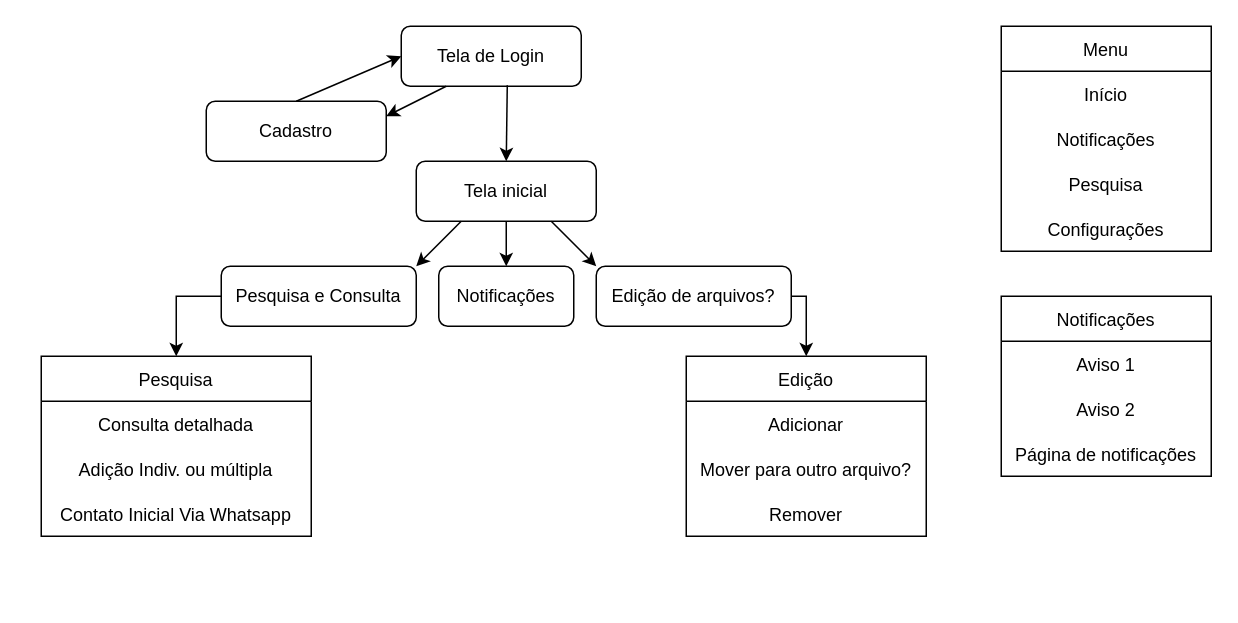
Above: Diagrama sem nome.drawio in Feliphe-Blatt/primeiro-site (draw.io), before the change. Source tidied: cells renumbered, new cells numbered last; positions are measured from the earlier drawing's top-left corner, leaving out a move shared by most shapes. Both pictures are drawn from the tidied source at 150%, with x=0, y=0 at pixel (40, 26).
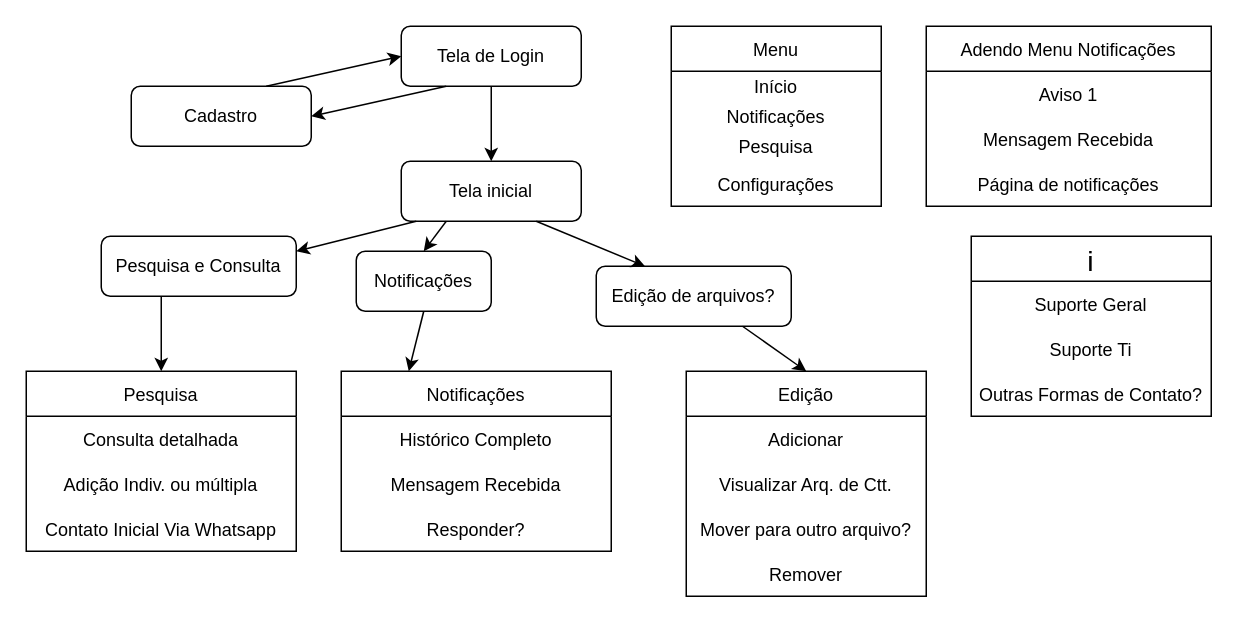
The same diagram, later.

The change refers to these unchanged cells:
```xml
<mxCell id="2" value="Tela de Login" style="rounded=1;whiteSpace=wrap;html=1;fontSize=12;glass=0;strokeWidth=1;shadow=0;" parent="1" vertex="1">
  <mxGeometry x="240" width="120" height="40" as="geometry" />
</mxCell>
<mxCell id="15" value="Edição de arquivos?" style="rounded=1;whiteSpace=wrap;html=1;fontSize=12;glass=0;strokeWidth=1;shadow=0;" parent="1" vertex="1">
  <mxGeometry x="370" y="160" width="130" height="40" as="geometry" />
</mxCell>
```

Diff of the diagram source:
```diff
@@
-    <mxCell id="3" style="endArrow=classic;html=1;rounded=0;exitX=0.25;exitY=1;exitDx=0;exitDy=0;entryX=1;entryY=0.25;entryDx=0;entryDy=0;" parent="1" edge="1" source="2" target="5">
+    <mxCell id="3" style="endArrow=classic;html=1;rounded=0;exitX=0.25;exitY=1;exitDx=0;exitDy=0;entryX=1;entryY=0.5;entryDx=0;entryDy=0;" parent="1" edge="1" source="2" target="5">
       <mxGeometry relative="1" as="geometry" />
     </mxCell>
-    <mxCell id="4" style="endArrow=classic;html=1;rounded=0;exitX=0.589;exitY=0.982;exitDx=0;exitDy=0;entryX=0.5;entryY=0;entryDx=0;entryDy=0;exitPerimeter=0;" parent="1" edge="1" source="2" target="7">
+    <mxCell id="4" style="endArrow=classic;html=1;rounded=0;exitX=0.5;exitY=1;exitDx=0;exitDy=0;entryX=0.5;entryY=0;entryDx=0;entryDy=0;" parent="1" edge="1" source="2" target="7">
       <mxGeometry relative="1" as="geometry" />
     </mxCell>
     <mxCell id="5" value="Cadastro" style="rounded=1;whiteSpace=wrap;html=1;fontSize=12;glass=0;strokeWidth=1;shadow=0;" parent="1" vertex="1">
-      <mxGeometry x="110" y="50" width="120" height="40" as="geometry" />
+      <mxGeometry x="60" y="40" width="120" height="40" as="geometry" />
     </mxCell>
-    <mxCell id="6" style="endArrow=classic;html=1;rounded=0;entryX=0;entryY=0.5;entryDx=0;entryDy=0;exitX=0.5;exitY=0;exitDx=0;exitDy=0;" parent="1" edge="1" source="5" target="2">
+    <mxCell id="6" style="endArrow=classic;html=1;rounded=0;entryX=0;entryY=0.5;entryDx=0;entryDy=0;exitX=0.75;exitY=0;exitDx=0;exitDy=0;" parent="1" edge="1" source="5" target="2">
       <mxGeometry relative="1" as="geometry" />
     </mxCell>
     <mxCell id="7" value="Tela inicial" style="rounded=1;whiteSpace=wrap;html=1;fontSize=12;glass=0;strokeWidth=1;shadow=0;" parent="1" vertex="1">
-      <mxGeometry x="250" y="90" width="120" height="40" as="geometry" />
+      <mxGeometry x="240" y="90" width="120" height="40" as="geometry" />
     </mxCell>
     <mxCell id="8" value="Menu" style="swimlane;fontStyle=0;horizontal=1;startSize=30;" parent="1" vertex="1">
-      <mxGeometry x="640" width="140" height="150" as="geometry" />
+      <mxGeometry x="420" width="140" height="120" as="geometry" />
     </mxCell>
     <mxCell id="9" value="Início" style="text;strokeColor=none;fillColor=none;align=center;verticalAlign=middle;spacingLeft=4;spacingRight=4;overflow=hidden;" parent="8" vertex="1">
-      <mxGeometry y="30" width="140" height="30" as="geometry" />
+      <mxGeometry y="30" width="140" height="20" as="geometry" />
     </mxCell>
     <mxCell id="10" value="Notificações" style="text;strokeColor=none;fillColor=none;align=center;verticalAlign=middle;spacingLeft=4;spacingRight=4;overflow=hidden;" parent="8" vertex="1">
-      <mxGeometry y="60" width="140" height="30" as="geometry" />
+      <mxGeometry y="50" width="140" height="20" as="geometry" />
     </mxCell>
     <mxCell id="11" value="Pesquisa" style="text;strokeColor=none;fillColor=none;align=center;verticalAlign=middle;spacingLeft=4;spacingRight=4;overflow=hidden;" parent="8" vertex="1">
-      <mxGeometry y="90" width="140" height="30" as="geometry" />
+      <mxGeometry y="70" width="140" height="20" as="geometry" />
     </mxCell>
     <mxCell id="12" value="Configurações" style="text;strokeColor=none;fillColor=none;align=center;verticalAlign=middle;spacingLeft=4;spacingRight=4;overflow=hidden;" parent="8" vertex="1">
-      <mxGeometry y="120" width="140" height="30" as="geometry" />
+      <mxGeometry y="90" width="140" height="30" as="geometry" />
     </mxCell>
     <mxCell id="13" value="Pesquisa e Consulta" style="rounded=1;whiteSpace=wrap;html=1;fontSize=12;glass=0;strokeWidth=1;shadow=0;" parent="1" vertex="1">
-      <mxGeometry x="120" y="160" width="130" height="40" as="geometry" />
+      <mxGeometry x="40" y="140" width="130" height="40" as="geometry" />
     </mxCell>
     <mxCell id="14" value="Notificações" style="rounded=1;whiteSpace=wrap;html=1;fontSize=12;glass=0;strokeWidth=1;shadow=0;" parent="1" vertex="1">
-      <mxGeometry x="265" y="160" width="90" height="40" as="geometry" />
+      <mxGeometry x="210" y="150" width="90" height="40" as="geometry" />
     </mxCell>
@@
-    <mxCell id="16" style="endArrow=classic;html=1;rounded=0;exitX=0.25;exitY=1;exitDx=0;exitDy=0;entryX=1;entryY=0;entryDx=0;entryDy=0;" parent="1" edge="1" source="7" target="13">
-      <mxGeometry relative="1" as="geometry" />
+    <mxCell id="16" style="endArrow=classic;html=1;rounded=0;entryX=1;entryY=0.25;entryDx=0;entryDy=0;" parent="1" edge="1" target="13">
+      <mxGeometry relative="1" as="geometry">
+        <mxPoint x="250" y="130" as="sourcePoint" />
+      </mxGeometry>
     </mxCell>
-    <mxCell id="17" style="endArrow=classic;html=1;rounded=0;exitX=0.5;exitY=1;exitDx=0;exitDy=0;entryX=0.5;entryY=0;entryDx=0;entryDy=0;" parent="1" edge="1" source="7" target="14">
+    <mxCell id="17" style="endArrow=classic;html=1;rounded=0;exitX=0.25;exitY=1;exitDx=0;exitDy=0;entryX=0.5;entryY=0;entryDx=0;entryDy=0;" parent="1" edge="1" source="7" target="14">
       <mxGeometry relative="1" as="geometry" />
     </mxCell>
-    <mxCell id="18" style="endArrow=classic;html=1;rounded=0;exitX=0.75;exitY=1;exitDx=0;exitDy=0;entryX=0;entryY=0;entryDx=0;entryDy=0;" parent="1" edge="1" source="7" target="15">
+    <mxCell id="18" style="endArrow=classic;html=1;rounded=0;exitX=0.75;exitY=1;exitDx=0;exitDy=0;entryX=0.25;entryY=0;entryDx=0;entryDy=0;" parent="1" edge="1" source="7" target="15">
       <mxGeometry relative="1" as="geometry" />
     </mxCell>
-    <mxCell id="19" value="Notificações" style="swimlane;fontStyle=0;horizontal=1;startSize=30;" parent="1" vertex="1">
-      <mxGeometry x="640" y="180" width="140" height="120" as="geometry" />
+    <mxCell id="19" value="Adendo Menu Notificações" style="swimlane;fontStyle=0;horizontal=1;startSize=30;" parent="1" vertex="1">
+      <mxGeometry x="590" width="190" height="120" as="geometry" />
     </mxCell>
     <mxCell id="20" value="Aviso 1" style="text;strokeColor=none;fillColor=none;align=center;verticalAlign=middle;spacingLeft=4;spacingRight=4;overflow=hidden;" parent="19" vertex="1">
-      <mxGeometry y="30" width="140" height="30" as="geometry" />
+      <mxGeometry y="30" width="190" height="30" as="geometry" />
     </mxCell>
-    <mxCell id="21" value="Aviso 2" style="text;strokeColor=none;fillColor=none;align=center;verticalAlign=middle;spacingLeft=4;spacingRight=4;overflow=hidden;" parent="19" vertex="1">
-      <mxGeometry y="60" width="140" height="30" as="geometry" />
+    <mxCell id="21" value="Mensagem Recebida" style="text;strokeColor=none;fillColor=none;align=center;verticalAlign=middle;spacingLeft=4;spacingRight=4;overflow=hidden;" parent="19" vertex="1">
+      <mxGeometry y="60" width="190" height="30" as="geometry" />
     </mxCell>
     <mxCell id="22" value="Página de notificações" style="text;strokeColor=none;fillColor=none;align=center;verticalAlign=middle;spacingLeft=4;spacingRight=4;overflow=hidden;" parent="19" vertex="1">
-      <mxGeometry y="90" width="140" height="30" as="geometry" />
+      <mxGeometry y="90" width="190" height="30" as="geometry" />
     </mxCell>
     <mxCell id="23" value="Edição" style="swimlane;fontStyle=0;horizontal=1;startSize=30;" parent="1" vertex="1">
-      <mxGeometry x="430" y="220" width="160" height="120" as="geometry" />
+      <mxGeometry x="430" y="230" width="160" height="150" as="geometry" />
     </mxCell>
@@
-    <mxCell id="25" value="Mover para outro arquivo?" style="text;strokeColor=none;fillColor=none;align=center;verticalAlign=middle;spacingLeft=4;spacingRight=4;overflow=hidden;" parent="23" vertex="1">
+    <mxCell id="25" value="Visualizar Arq. de Ctt." style="text;strokeColor=none;fillColor=none;align=center;verticalAlign=middle;spacingLeft=4;spacingRight=4;overflow=hidden;" parent="23" vertex="1">
       <mxGeometry y="60" width="160" height="30" as="geometry" />
     </mxCell>
+    <mxCell id="33" value="Mover para outro arquivo?" style="text;strokeColor=none;fillColor=none;align=center;verticalAlign=middle;spacingLeft=4;spacingRight=4;overflow=hidden;" parent="23" vertex="1">
+      <mxGeometry y="90" width="160" height="30" as="geometry" />
+    </mxCell>
     <mxCell id="26" value="Remover" style="text;strokeColor=none;fillColor=none;align=center;verticalAlign=middle;spacingLeft=4;spacingRight=4;overflow=hidden;" parent="23" vertex="1">
-      <mxGeometry y="90" width="160" height="30" as="geometry" />
+      <mxGeometry y="120" width="160" height="30" as="geometry" />
     </mxCell>
-    <mxCell id="27" style="endArrow=classic;html=1;rounded=0;exitX=1;exitY=0.5;exitDx=0;exitDy=0;entryX=0.5;entryY=0;entryDx=0;entryDy=0;" parent="1" edge="1" source="15" target="23">
-      <mxGeometry relative="1" as="geometry">
-        <Array as="points">
-          <mxPoint x="510" y="180" />
-        </Array>
-      </mxGeometry>
-    </mxCell>
     <mxCell id="28" value="Pesquisa" style="swimlane;fontStyle=0;horizontal=1;startSize=30;" parent="1" vertex="1">
-      <mxGeometry y="220" width="180" height="120" as="geometry" />
+      <mxGeometry x="-10" y="230" width="180" height="120" as="geometry" />
     </mxCell>
@@
-    <mxCell id="32" style="endArrow=classic;html=1;rounded=0;exitX=0;exitY=0.5;exitDx=0;exitDy=0;entryX=0.5;entryY=0;entryDx=0;entryDy=0;" parent="1" edge="1" source="13" target="28">
+    <mxCell id="32" style="endArrow=classic;html=1;rounded=0;entryX=0.5;entryY=0;entryDx=0;entryDy=0;" parent="1" edge="1" target="28">
       <mxGeometry relative="1" as="geometry">
-        <Array as="points">
-          <mxPoint x="90" y="180" />
-        </Array>
+        <mxPoint x="80" y="180" as="sourcePoint" />
       </mxGeometry>
     </mxCell>
+    <mxCell id="34" value="Notificações" style="swimlane;fontStyle=0;horizontal=1;startSize=30;" parent="1" vertex="1">
+      <mxGeometry x="200" y="230" width="180" height="120" as="geometry" />
+    </mxCell>
+    <mxCell id="35" value="Histórico Completo" style="text;strokeColor=none;fillColor=none;align=center;verticalAlign=middle;spacingLeft=4;spacingRight=4;overflow=hidden;" parent="34" vertex="1">
+      <mxGeometry y="30" width="180" height="30" as="geometry" />
+    </mxCell>
+    <mxCell id="36" value="Mensagem Recebida" style="text;strokeColor=none;fillColor=none;align=center;verticalAlign=middle;spacingLeft=4;spacingRight=4;overflow=hidden;" parent="34" vertex="1">
+      <mxGeometry y="60" width="180" height="30" as="geometry" />
+    </mxCell>
+    <mxCell id="37" value="Responder?" style="text;strokeColor=none;fillColor=none;align=center;verticalAlign=middle;spacingLeft=4;spacingRight=4;overflow=hidden;" parent="34" vertex="1">
+      <mxGeometry y="90" width="180" height="30" as="geometry" />
+    </mxCell>
+    <mxCell id="38" style="endArrow=classic;html=1;rounded=0;exitX=0.5;exitY=1;exitDx=0;exitDy=0;entryX=0.25;entryY=0;entryDx=0;entryDy=0;" parent="1" edge="1" source="14" target="34">
+      <mxGeometry relative="1" as="geometry" />
+    </mxCell>
+    <mxCell id="27" style="endArrow=classic;html=1;rounded=0;entryX=0.5;entryY=0;entryDx=0;entryDy=0;exitX=0.75;exitY=1;exitDx=0;exitDy=0;" parent="1" edge="1" source="15" target="23">
+      <mxGeometry relative="1" as="geometry" />
+    </mxCell>
+    <mxCell id="39" value="i" style="swimlane;fontStyle=0;horizontal=1;startSize=30;fontSize=19;" parent="1" vertex="1">
+      <mxGeometry x="620" y="140" width="160" height="120" as="geometry" />
+    </mxCell>
+    <mxCell id="40" value="Suporte Geral" style="text;strokeColor=none;fillColor=none;align=center;verticalAlign=middle;spacingLeft=4;spacingRight=4;overflow=hidden;" parent="39" vertex="1">
+      <mxGeometry y="30" width="160" height="30" as="geometry" />
+    </mxCell>
+    <mxCell id="41" value="Suporte Ti" style="text;strokeColor=none;fillColor=none;align=center;verticalAlign=middle;spacingLeft=4;spacingRight=4;overflow=hidden;" parent="39" vertex="1">
+      <mxGeometry y="60" width="160" height="30" as="geometry" />
+    </mxCell>
+    <mxCell id="42" value="Outras Formas de Contato?" style="text;strokeColor=none;fillColor=none;align=center;verticalAlign=middle;spacingLeft=4;spacingRight=4;overflow=hidden;" parent="39" vertex="1">
+      <mxGeometry y="90" width="160" height="30" as="geometry" />
+    </mxCell>
```
